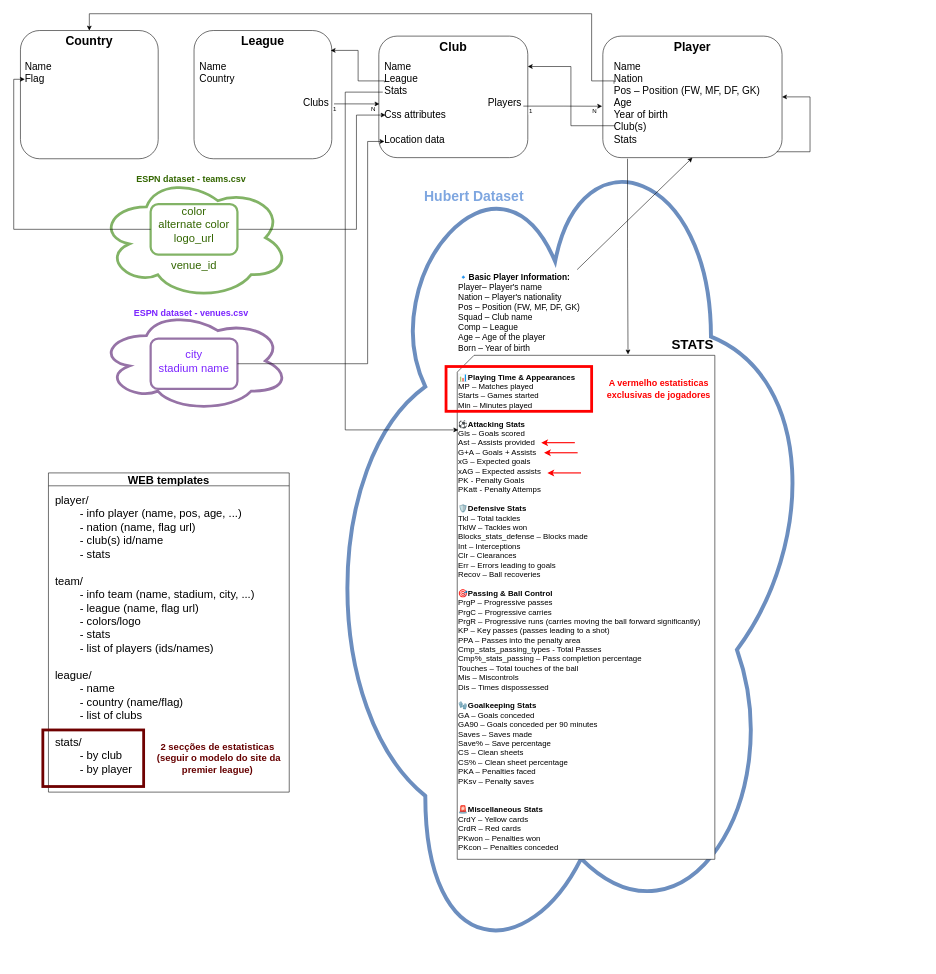
Above: docs/ws_model_schema.drawio in GuiAmorim03/WS-Project-2 (draw.io), before the change. Source tidied: cells renumbered, new cells numbered last; positions are measured from the earlier drawing's top-left corner, leaving out a move shared by most shapes. Both pictures are drawn from the tidied source at 56%, with x=0, y=0 at pixel (13, 13).
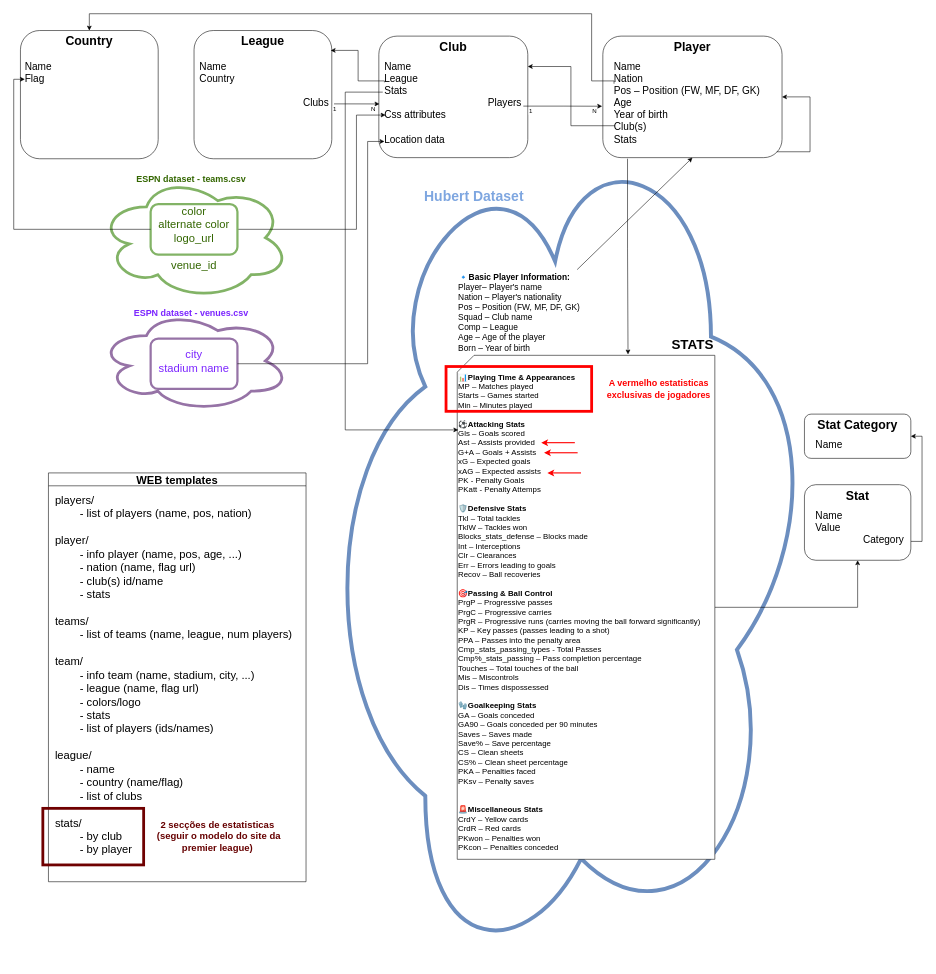
Above is the later version.

The change refers to these unchanged cells:
```xml
<mxCell id="6" value="&lt;div&gt;&lt;br&gt;&lt;/div&gt;&lt;div&gt;&lt;b&gt;📊Playing Time &amp;amp; Appearances&lt;/b&gt;&lt;/div&gt;&lt;div&gt;MP – Matches played&lt;/div&gt;&lt;div&gt;Starts – Games started&lt;/div&gt;&lt;div&gt;Min – Minutes played&lt;/div&gt;&lt;div&gt;&lt;br&gt;&lt;/div&gt;&lt;div&gt;&lt;b&gt;⚽Attacking Stats&lt;/b&gt;&lt;/div&gt;&lt;div&gt;Gls – Goals scored&lt;/div&gt;&lt;div&gt;Ast – Assists provided&lt;/div&gt;&lt;div&gt;G+A – Goals + Assists&lt;/div&gt;&lt;div&gt;xG – Expected goals&lt;/div&gt;&lt;div&gt;xAG – Expected assists&lt;/div&gt;&lt;div&gt;PK - Penalty Goals&lt;/div&gt;&lt;div&gt;PKatt - Penalty Attemps&lt;/div&gt;&lt;div&gt;&lt;br&gt;&lt;/div&gt;&lt;div&gt;&lt;b&gt;🛡️Defensive Stats&lt;/b&gt;&lt;/div&gt;&lt;div&gt;Tkl – Total tackles&lt;/div&gt;&lt;div&gt;TklW – Tackles won&lt;/div&gt;&lt;div&gt;Blocks_stats_defense – Blocks made&lt;/div&gt;&lt;div&gt;Int – Interceptions&lt;/div&gt;&lt;div&gt;Clr – Clearances&lt;/div&gt;&lt;div&gt;Err – Errors leading to goals&lt;/div&gt;&lt;div&gt;Recov – Ball recoveries&lt;/div&gt;&lt;div&gt;&lt;br&gt;&lt;/div&gt;&lt;div&gt;&lt;b&gt;🎯Passing &amp;amp; Ball Control&lt;/b&gt;&lt;/div&gt;&lt;div&gt;PrgP – Progressive passes&lt;/div&gt;&lt;div&gt;PrgC – Progressive carries&lt;/div&gt;&lt;div&gt;PrgR – Progressive runs (carries moving the ball forward significantly)&lt;/div&gt;&lt;div&gt;KP – Key passes (passes leading to a shot)&lt;/div&gt;&lt;div&gt;PPA – Passes into the penalty area&lt;/div&gt;&lt;div&gt;Cmp_stats_passing_types - Total Passes&lt;/div&gt;&lt;div&gt;Cmp%_stats_passing – Pass completion percentage&lt;/div&gt;&lt;div&gt;Touches – Total touches of the ball&lt;/div&gt;&lt;div&gt;Mis – Miscontrols&lt;/div&gt;&lt;div&gt;Dis – Times dispossessed&lt;/div&gt;&lt;div&gt;&lt;br&gt;&lt;/div&gt;&lt;div&gt;&lt;b&gt;🧤Goalkeeping Stats&lt;/b&gt;&lt;/div&gt;&lt;div&gt;GA – Goals conceded&lt;/div&gt;&lt;div&gt;GA90 – Goals conceded per 90 minutes&lt;/div&gt;&lt;div&gt;Saves – Saves made&lt;/div&gt;&lt;div&gt;Save% – Save percentage&lt;/div&gt;&lt;div&gt;CS – Clean sheets&lt;/div&gt;&lt;div&gt;CS% – Clean sheet percentage&lt;/div&gt;&lt;div&gt;PKA – Penalties faced&lt;/div&gt;&lt;div&gt;PKsv – Penalty saves&lt;/div&gt;&lt;div&gt;&lt;br&gt;&lt;/div&gt;&lt;div&gt;&lt;br&gt;&lt;/div&gt;&lt;div&gt;&lt;b&gt;🚨Miscellaneous Stats&lt;/b&gt;&lt;/div&gt;&lt;div&gt;CrdY – Yellow cards&lt;/div&gt;&lt;div&gt;CrdR – Red cards&lt;/div&gt;&lt;div&gt;PKwon – Penalties won&lt;/div&gt;&lt;div&gt;PKcon – Penalties conceded&amp;nbsp;&lt;/div&gt;" style="shape=card;whiteSpace=wrap;html=1;align=left;fontSize=14;" parent="1" vertex="1">
  <mxGeometry x="792" y="610" width="460" height="900" as="geometry" />
</mxCell>
```

Change to the diagram source:
```diff
@@
+    <mxCell id="46" style="edgeStyle=orthogonalEdgeStyle;rounded=0;jettySize=auto;html=1;entryX=0.5;entryY=1;entryDx=0;entryDy=0;" parent="1" edge="1" source="6" target="48">
+      <mxGeometry relative="1" as="geometry" />
+    </mxCell>
@@
     <mxCell id="42" value="WEB templates" style="swimlane;whiteSpace=wrap;html=1;fontSize=20;fontStyle=1;" parent="1" vertex="1">
-      <mxGeometry x="62" y="820" width="430" height="570" as="geometry" />
+      <mxGeometry x="62" y="820" width="460" height="730" as="geometry" />
     </mxCell>
-    <mxCell id="43" value="&lt;div&gt;player/&lt;div&gt;&lt;span style=&quot;white-space: pre;&quot;&gt;&#9;&lt;/span&gt;- info player (name, pos, age, ...)&lt;br&gt;&lt;/div&gt;&lt;div&gt;&lt;span style=&quot;white-space: pre;&quot;&gt;&#9;&lt;/span&gt;- nation (name, flag url)&lt;/div&gt;&lt;div&gt;&lt;span style=&quot;white-space: pre;&quot;&gt;&#9;&lt;/span&gt;- club(s) id/name&lt;/div&gt;&lt;div&gt;&lt;span style=&quot;white-space: pre;&quot;&gt;&#9;&lt;/span&gt;- stats&amp;nbsp;&lt;br&gt;&lt;br&gt;&lt;/div&gt;&lt;/div&gt;&lt;div&gt;&lt;div&gt;team/&lt;div&gt;&lt;span style=&quot;white-space: pre;&quot;&gt;&#9;&lt;/span&gt;- info team (name, stadium, city, ...)&lt;br&gt;&lt;/div&gt;&lt;div&gt;&lt;span style=&quot;white-space: pre;&quot;&gt;&#9;&lt;/span&gt;- league (name, flag url)&lt;/div&gt;&lt;div&gt;&lt;span style=&quot;white-space: pre;&quot;&gt;&#9;&lt;/span&gt;- colors/logo&lt;/div&gt;&lt;div&gt;&lt;span style=&quot;white-space: pre;&quot;&gt;&#9;&lt;/span&gt;- stats&amp;nbsp;&lt;/div&gt;&lt;/div&gt;&lt;div&gt;&lt;span style=&quot;white-space: pre;&quot;&gt;&#9;&lt;/span&gt;- list of players (ids/names)&lt;/div&gt;&lt;div&gt;&lt;br&gt;&lt;/div&gt;&lt;/div&gt;&lt;div&gt;&lt;div&gt;league/&lt;div&gt;&lt;span style=&quot;white-space: pre;&quot;&gt;&#9;&lt;/span&gt;- name&lt;br&gt;&lt;/div&gt;&lt;div&gt;&lt;span style=&quot;white-space: pre;&quot;&gt;&#9;&lt;/span&gt;- country (name/flag)&lt;/div&gt;&lt;div&gt;&lt;span style=&quot;white-space: pre;&quot;&gt;&#9;&lt;/span&gt;- list of clubs&lt;/div&gt;&lt;/div&gt;&lt;div&gt;&lt;br&gt;&lt;/div&gt;&lt;/div&gt;&lt;div&gt;stats/&lt;/div&gt;&lt;div&gt;&lt;span style=&quot;white-space: pre;&quot;&gt;&#9;&lt;/span&gt;- by club&lt;br&gt;&lt;/div&gt;&lt;div&gt;&lt;span style=&quot;white-space: pre;&quot;&gt;&#9;&lt;/span&gt;- by player&lt;br&gt;&lt;/div&gt;" style="text;html=1;align=left;verticalAlign=top;whiteSpace=wrap;rounded=0;fontSize=20;" parent="1" vertex="1">
-      <mxGeometry x="72" y="850" width="410" height="540" as="geometry" />
+    <mxCell id="43" value="&lt;div&gt;players/&lt;/div&gt;&lt;div&gt;&lt;span style=&quot;white-space: pre;&quot;&gt;&#9;&lt;/span&gt;- list of players (name, pos, nation)&lt;br&gt;&lt;/div&gt;&lt;div&gt;&lt;br&gt;&lt;/div&gt;&lt;div&gt;player/&lt;div&gt;&lt;span style=&quot;white-space: pre;&quot;&gt;&#9;&lt;/span&gt;- info player (name, pos, age, ...)&lt;br&gt;&lt;/div&gt;&lt;div&gt;&lt;span style=&quot;white-space: pre;&quot;&gt;&#9;&lt;/span&gt;- nation (name, flag url)&lt;/div&gt;&lt;div&gt;&lt;span style=&quot;white-space: pre;&quot;&gt;&#9;&lt;/span&gt;- club(s) id/name&lt;/div&gt;&lt;div&gt;&lt;span style=&quot;white-space: pre;&quot;&gt;&#9;&lt;/span&gt;- stats&amp;nbsp;&lt;br&gt;&lt;br&gt;&lt;/div&gt;&lt;/div&gt;&lt;div&gt;teams/&lt;/div&gt;&lt;div&gt;&lt;span style=&quot;white-space: pre;&quot;&gt;&#9;&lt;/span&gt;- list of teams (name, league, num players)&lt;br&gt;&lt;/div&gt;&lt;div&gt;&lt;br&gt;&lt;/div&gt;&lt;div&gt;&lt;div&gt;team/&lt;div&gt;&lt;span style=&quot;white-space: pre;&quot;&gt;&#9;&lt;/span&gt;- info team (name, stadium, city, ...)&lt;br&gt;&lt;/div&gt;&lt;div&gt;&lt;span style=&quot;white-space: pre;&quot;&gt;&#9;&lt;/span&gt;- league (name, flag url)&lt;/div&gt;&lt;div&gt;&lt;span style=&quot;white-space: pre;&quot;&gt;&#9;&lt;/span&gt;- colors/logo&lt;/div&gt;&lt;div&gt;&lt;span style=&quot;white-space: pre;&quot;&gt;&#9;&lt;/span&gt;- stats&amp;nbsp;&lt;/div&gt;&lt;/div&gt;&lt;div&gt;&lt;span style=&quot;white-space: pre;&quot;&gt;&#9;&lt;/span&gt;- list of players (ids/names)&lt;/div&gt;&lt;div&gt;&lt;br&gt;&lt;/div&gt;&lt;/div&gt;&lt;div&gt;&lt;div&gt;league/&lt;div&gt;&lt;span style=&quot;white-space: pre;&quot;&gt;&#9;&lt;/span&gt;- name&lt;br&gt;&lt;/div&gt;&lt;div&gt;&lt;span style=&quot;white-space: pre;&quot;&gt;&#9;&lt;/span&gt;- country (name/flag)&lt;/div&gt;&lt;div&gt;&lt;span style=&quot;white-space: pre;&quot;&gt;&#9;&lt;/span&gt;- list of clubs&lt;/div&gt;&lt;/div&gt;&lt;div&gt;&lt;br&gt;&lt;/div&gt;&lt;/div&gt;&lt;div&gt;stats/&lt;/div&gt;&lt;div&gt;&lt;span style=&quot;white-space: pre;&quot;&gt;&#9;&lt;/span&gt;- by club&lt;br&gt;&lt;/div&gt;&lt;div&gt;&lt;span style=&quot;white-space: pre;&quot;&gt;&#9;&lt;/span&gt;- by player&lt;br&gt;&lt;/div&gt;" style="text;html=1;align=left;verticalAlign=top;whiteSpace=wrap;rounded=0;fontSize=20;" parent="1" vertex="1">
+      <mxGeometry x="72" y="850" width="450" height="810" as="geometry" />
     </mxCell>
     <mxCell id="44" style="rounded=0;whiteSpace=wrap;html=1;fillColor=none;strokeColor=#6F0000;fontColor=#ffffff;strokeWidth=5;" parent="1" vertex="1">
-      <mxGeometry x="52" y="1279" width="180" height="101" as="geometry" />
+      <mxGeometry x="52" y="1419" width="180" height="101" as="geometry" />
     </mxCell>
     <mxCell id="45" value="2 secções de estatisticas&lt;div&gt;&amp;nbsp;(seguir o modelo do site da premier league)&lt;/div&gt;" style="text;html=1;align=center;verticalAlign=middle;whiteSpace=wrap;rounded=0;fontColor=#660000;fontStyle=1;fontSize=17;" parent="1" vertex="1">
-      <mxGeometry x="244.5" y="1290" width="237.5" height="80" as="geometry" />
+      <mxGeometry x="244.5" y="1430" width="237.5" height="80" as="geometry" />
     </mxCell>
+    <mxCell id="47" style="edgeStyle=orthogonalEdgeStyle;rounded=0;jettySize=auto;html=1;exitX=1;exitY=0.75;exitDx=0;exitDy=0;entryX=1;entryY=0.5;entryDx=0;entryDy=0;" parent="1" edge="1" source="48" target="50">
+      <mxGeometry relative="1" as="geometry" />
+    </mxCell>
+    <mxCell id="48" value="Stat" style="rounded=1;whiteSpace=wrap;html=1;fontSize=22;verticalAlign=top;fontStyle=1;" parent="1" vertex="1">
+      <mxGeometry x="1412" y="841" width="190" height="135" as="geometry" />
+    </mxCell>
+    <mxCell id="49" value="&lt;div style=&quot;forced-color-adjust: none;&quot;&gt;&lt;span style=&quot;background-color: transparent; color: light-dark(rgb(0, 0, 0), rgb(255, 255, 255));&quot;&gt;Name&lt;/span&gt;&lt;/div&gt;&lt;div style=&quot;forced-color-adjust: none;&quot;&gt;&lt;div style=&quot;&quot;&gt;Value&lt;/div&gt;&lt;div style=&quot;text-align: right;&quot;&gt;&amp;nbsp; &amp;nbsp; &amp;nbsp; &amp;nbsp; &amp;nbsp; &amp;nbsp; &amp;nbsp; &amp;nbsp; &amp;nbsp;Category&lt;/div&gt;&lt;/div&gt;" style="text;whiteSpace=wrap;html=1;fontSize=18;spacing=0;spacingBottom=4;align=left;" parent="1" vertex="1">
+      <mxGeometry x="1432" y="881" width="160" height="85" as="geometry" />
+    </mxCell>
+    <mxCell id="50" value="Stat Category" style="rounded=1;whiteSpace=wrap;html=1;fontSize=22;verticalAlign=top;fontStyle=1;" parent="1" vertex="1">
+      <mxGeometry x="1412" y="715" width="190" height="79" as="geometry" />
+    </mxCell>
+    <mxCell id="51" value="&lt;div style=&quot;forced-color-adjust: none;&quot;&gt;&lt;span style=&quot;background-color: transparent; color: light-dark(rgb(0, 0, 0), rgb(255, 255, 255));&quot;&gt;Name&lt;/span&gt;&lt;/div&gt;" style="text;whiteSpace=wrap;html=1;fontSize=18;spacing=0;spacingBottom=4;align=left;" parent="1" vertex="1">
+      <mxGeometry x="1432" y="755" width="160" height="39" as="geometry" />
+    </mxCell>
```
